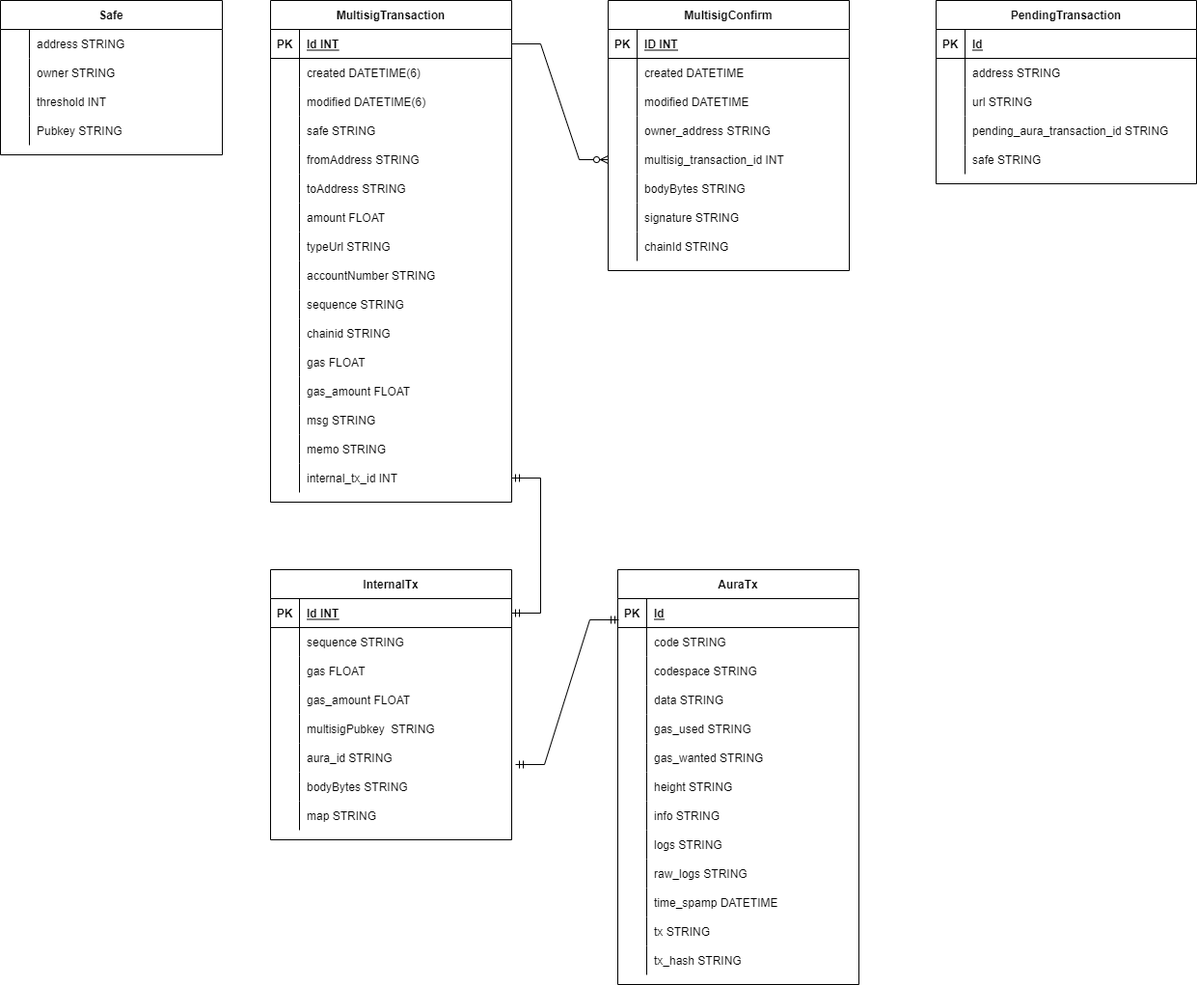
aura-nw/multisig-api keeps this draw.io diagram as docs/pics/multisig_db.png. Above is the earlier version. Source tidied: cells renumbered, new cells last; positions are measured from the earlier drawing's top-left corner, leaving out a move shared by most shapes.
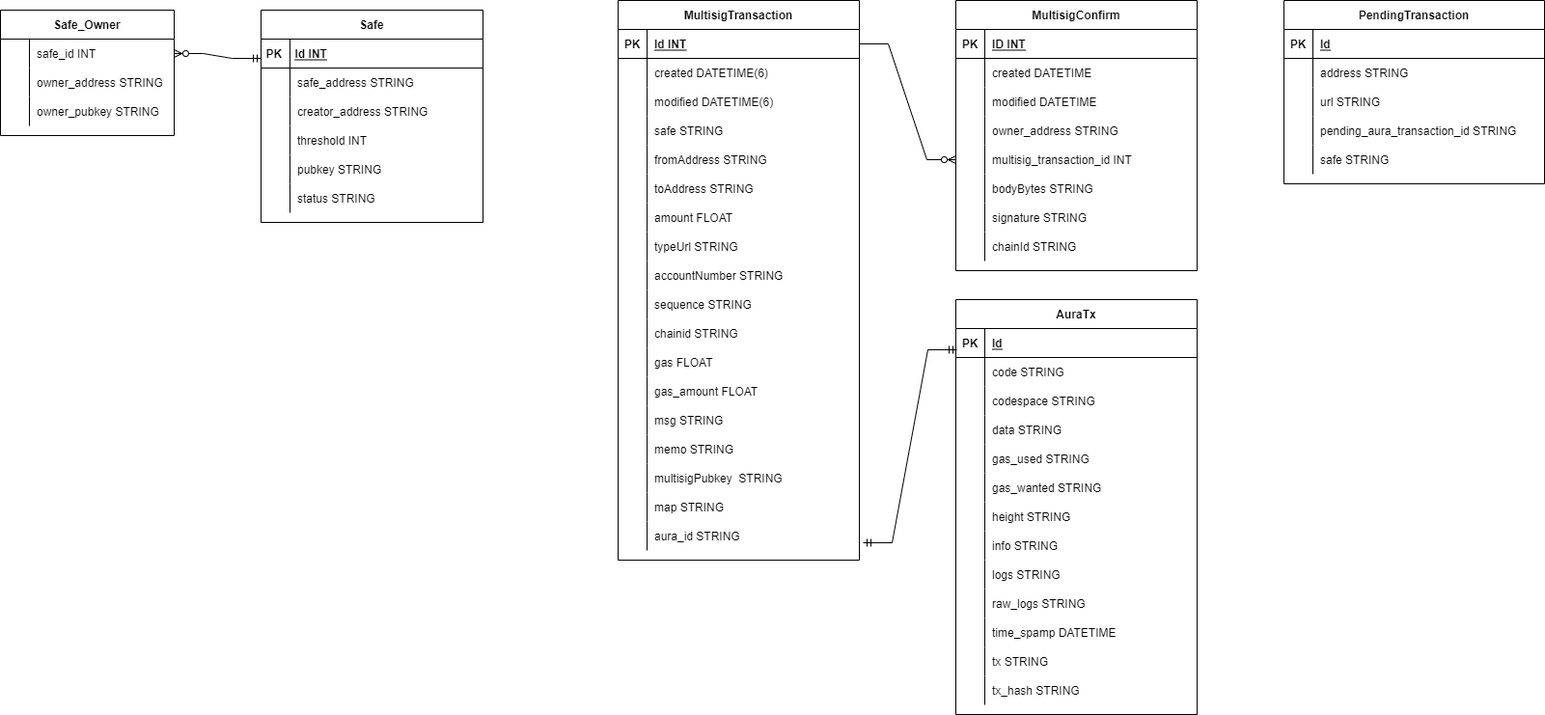
The same diagram one commit later.

Commit message:
Update entity diagram

Change to the diagram source:
```diff
@@ -3,7 +3,7 @@
     <mxCell id="0" />
     <mxCell id="1" parent="0" />
     <mxCell id="2" value="MultisigTransaction" style="shape=table;startSize=30;rowLines=0;fontStyle=1;align=center;" parent="1" vertex="1">
-      <mxGeometry x="280" width="250" height="520" as="geometry" />
+      <mxGeometry x="280" width="250" height="580" as="geometry" />
     </mxCell>
     <mxCell id="3" style="shape=partialRectangle;fillColor=none;top=0;left=0;bottom=1;right=0;points=[[0,0.5],[1,0.5]];portConstraint=eastwest;" parent="2" vertex="1">
       <mxGeometry y="30" width="250" height="30" as="geometry" />
@@ -140,15 +140,33 @@
     <mxCell id="47" value="memo STRING" style="shape=partialRectangle;fillColor=none;top=0;left=0;bottom=0;right=0;align=left;spacingLeft=6;overflow=hidden;" parent="45" vertex="1">
       <mxGeometry x="30" width="220" height="30" as="geometry" />
     </mxCell>
-    <mxCell id="48" style="shape=partialRectangle;fillColor=none;top=0;left=0;bottom=0;right=0;points=[[0,0.5],[1,0.5]];portConstraint=eastwest;" parent="2" vertex="1">
-      <mxGeometry y="480" width="250" height="30" as="geometry" />
-    </mxCell>
-    <mxCell id="49" style="shape=partialRectangle;fillColor=none;top=0;left=0;bottom=0;right=0;overflow=hidden;" parent="48" vertex="1">
-      <mxGeometry width="30" height="30" as="geometry" />
-    </mxCell>
-    <mxCell id="50" value="internal_tx_id INT" style="shape=partialRectangle;fillColor=none;top=0;left=0;bottom=0;right=0;align=left;spacingLeft=6;overflow=hidden;" parent="48" vertex="1">
-      <mxGeometry x="30" width="220" height="30" as="geometry" />
-    </mxCell>
+    <mxCell id="103" style="shape=partialRectangle;fillColor=none;top=0;left=0;bottom=0;right=0;" parent="2" vertex="1">
+      <mxGeometry y="480" width="250" height="30" as="geometry" />
+    </mxCell>
+    <mxCell id="104" style="shape=partialRectangle;fillColor=none;top=0;left=0;bottom=0;right=0;overflow=hidden;" parent="103" vertex="1">
+      <mxGeometry width="30" height="30" as="geometry" />
+    </mxCell>
+    <mxCell id="105" value="multisigPubkey  STRING" style="shape=partialRectangle;fillColor=none;top=0;left=0;bottom=0;right=0;align=left;spacingLeft=6;overflow=hidden;" parent="103" vertex="1">
+      <mxGeometry x="30" width="220" height="30" as="geometry" />
+    </mxCell>
+    <mxCell id="112" style="shape=partialRectangle;fillColor=none;top=0;left=0;bottom=0;right=0;" parent="2" vertex="1">
+      <mxGeometry y="510" width="250" height="30" as="geometry" />
+    </mxCell>
+    <mxCell id="113" style="shape=partialRectangle;fillColor=none;top=0;left=0;bottom=0;right=0;overflow=hidden;" parent="112" vertex="1">
+      <mxGeometry width="30" height="30" as="geometry" />
+    </mxCell>
+    <mxCell id="114" value="map STRING" style="shape=partialRectangle;fillColor=none;top=0;left=0;bottom=0;right=0;align=left;spacingLeft=6;overflow=hidden;" parent="112" vertex="1">
+      <mxGeometry x="30" width="220" height="30" as="geometry" />
+    </mxCell>
+    <mxCell id="106" style="shape=partialRectangle;fillColor=none;top=0;left=0;bottom=0;right=0;points=[[0,0.5],[1,0.5]];portConstraint=eastwest;" parent="2" vertex="1">
+      <mxGeometry y="540" width="250" height="30" as="geometry" />
+    </mxCell>
+    <mxCell id="107" style="shape=partialRectangle;fillColor=none;top=0;left=0;bottom=0;right=0;overflow=hidden;" parent="106" vertex="1">
+      <mxGeometry width="30" height="30" as="geometry" />
+    </mxCell>
+    <mxCell id="108" value="aura_id STRING" style="shape=partialRectangle;fillColor=none;top=0;left=0;bottom=0;right=0;align=left;spacingLeft=6;overflow=hidden;" parent="106" vertex="1">
+      <mxGeometry x="30" width="220" height="30" as="geometry" />
+    </mxCell>
     <mxCell id="51" value="MultisigConfirm" style="shape=table;startSize=30;rowLines=0;fontStyle=1;align=center;" parent="1" vertex="1">
       <mxGeometry x="630" width="250" height="280" as="geometry" />
     </mxCell>
@@ -228,28 +246,37 @@
       <mxGeometry relative="1" as="geometry" />
     </mxCell>
     <mxCell id="77" value="Safe" style="shape=table;startSize=30;rowLines=0;fontStyle=1;align=center;" parent="1" vertex="1">
-      <mxGeometry width="230" height="160" as="geometry" />
+      <mxGeometry x="-90" y="10" width="230" height="220" as="geometry" />
     </mxCell>
+    <mxCell id="173" style="shape=partialRectangle;fillColor=none;top=0;left=0;bottom=0;right=0;" parent="77" vertex="1">
+      <mxGeometry y="30" width="230" height="30" as="geometry" />
+    </mxCell>
+    <mxCell id="174" style="shape=partialRectangle;fillColor=none;top=0;left=0;bottom=0;right=0;overflow=hidden;" parent="173" vertex="1">
+      <mxGeometry width="30" height="30" as="geometry" />
+    </mxCell>
+    <mxCell id="175" style="shape=partialRectangle;fillColor=none;top=0;left=0;bottom=0;right=0;align=left;spacingLeft=6;overflow=hidden;" parent="173" vertex="1">
+      <mxGeometry x="30" width="200" height="30" as="geometry" />
+    </mxCell>
     <mxCell id="78" style="shape=partialRectangle;fillColor=none;top=0;left=0;bottom=0;right=0;" parent="77" vertex="1">
-      <mxGeometry y="30" width="230" height="30" as="geometry" />
+      <mxGeometry y="60" width="230" height="30" as="geometry" />
     </mxCell>
     <mxCell id="79" style="shape=partialRectangle;fillColor=none;top=0;left=0;bottom=0;right=0;overflow=hidden;" parent="78" vertex="1">
       <mxGeometry width="30" height="30" as="geometry" />
     </mxCell>
-    <mxCell id="80" value="address STRING" style="shape=partialRectangle;fillColor=none;top=0;left=0;bottom=0;right=0;align=left;spacingLeft=6;overflow=hidden;" parent="78" vertex="1">
+    <mxCell id="80" value="safe_address STRING" style="shape=partialRectangle;fillColor=none;top=0;left=0;bottom=0;right=0;align=left;spacingLeft=6;overflow=hidden;" parent="78" vertex="1">
       <mxGeometry x="30" width="200" height="30" as="geometry" />
     </mxCell>
     <mxCell id="81" style="shape=partialRectangle;fillColor=none;top=0;left=0;bottom=0;right=0;" parent="77" vertex="1">
-      <mxGeometry y="60" width="230" height="30" as="geometry" />
+      <mxGeometry y="90" width="230" height="30" as="geometry" />
     </mxCell>
     <mxCell id="82" style="shape=partialRectangle;fillColor=none;top=0;left=0;bottom=0;right=0;overflow=hidden;" parent="81" vertex="1">
       <mxGeometry width="30" height="30" as="geometry" />
     </mxCell>
-    <mxCell id="83" value="owner STRING" style="shape=partialRectangle;fillColor=none;top=0;left=0;bottom=0;right=0;align=left;spacingLeft=6;overflow=hidden;" parent="81" vertex="1">
+    <mxCell id="83" value="creator_address STRING" style="shape=partialRectangle;fillColor=none;top=0;left=0;bottom=0;right=0;align=left;spacingLeft=6;overflow=hidden;" parent="81" vertex="1">
       <mxGeometry x="30" width="200" height="30" as="geometry" />
     </mxCell>
     <mxCell id="84" style="shape=partialRectangle;fillColor=none;top=0;left=0;bottom=0;right=0;" parent="77" vertex="1">
-      <mxGeometry y="90" width="230" height="30" as="geometry" />
+      <mxGeometry y="120" width="230" height="30" as="geometry" />
     </mxCell>
     <mxCell id="85" style="shape=partialRectangle;fillColor=none;top=0;left=0;bottom=0;right=0;overflow=hidden;" parent="84" vertex="1">
       <mxGeometry width="30" height="30" as="geometry" />
@@ -258,91 +285,25 @@
       <mxGeometry x="30" width="200" height="30" as="geometry" />
     </mxCell>
     <mxCell id="87" style="shape=partialRectangle;fillColor=none;top=0;left=0;bottom=0;right=0;" parent="77" vertex="1">
-      <mxGeometry y="120" width="230" height="30" as="geometry" />
+      <mxGeometry y="150" width="230" height="30" as="geometry" />
     </mxCell>
     <mxCell id="88" style="shape=partialRectangle;fillColor=none;top=0;left=0;bottom=0;right=0;overflow=hidden;" parent="87" vertex="1">
       <mxGeometry width="30" height="30" as="geometry" />
     </mxCell>
-    <mxCell id="89" value="Pubkey STRING" style="shape=partialRectangle;fillColor=none;top=0;left=0;bottom=0;right=0;align=left;spacingLeft=6;overflow=hidden;" parent="87" vertex="1">
+    <mxCell id="89" value="pubkey STRING" style="shape=partialRectangle;fillColor=none;top=0;left=0;bottom=0;right=0;align=left;spacingLeft=6;overflow=hidden;" parent="87" vertex="1">
       <mxGeometry x="30" width="200" height="30" as="geometry" />
     </mxCell>
-    <mxCell id="90" value="InternalTx" style="shape=table;startSize=30;rowLines=0;fontStyle=1;align=center;" parent="1" vertex="1">
-      <mxGeometry x="280" y="590" width="250" height="280" as="geometry" />
-    </mxCell>
-    <mxCell id="91" style="shape=partialRectangle;fillColor=none;top=0;left=0;bottom=1;right=0;points=[[0,0.5],[1,0.5]];portConstraint=eastwest;" parent="90" vertex="1">
-      <mxGeometry y="30" width="250" height="30" as="geometry" />
-    </mxCell>
-    <mxCell id="92" value="PK" style="shape=partialRectangle;fillColor=none;top=0;left=0;bottom=0;right=0;fontStyle=1;overflow=hidden;" parent="91" vertex="1">
-      <mxGeometry width="30" height="30" as="geometry" />
-    </mxCell>
-    <mxCell id="93" value="Id INT" style="shape=partialRectangle;fillColor=none;top=0;left=0;bottom=0;right=0;align=left;spacingLeft=6;fontStyle=5;overflow=hidden;" parent="91" vertex="1">
-      <mxGeometry x="30" width="220" height="30" as="geometry" />
-    </mxCell>
-    <mxCell id="94" style="shape=partialRectangle;fillColor=none;top=0;left=0;bottom=0;right=0;" parent="90" vertex="1">
-      <mxGeometry y="60" width="250" height="30" as="geometry" />
-    </mxCell>
-    <mxCell id="95" style="shape=partialRectangle;fillColor=none;top=0;left=0;bottom=0;right=0;overflow=hidden;" parent="94" vertex="1">
-      <mxGeometry width="30" height="30" as="geometry" />
-    </mxCell>
-    <mxCell id="96" value="sequence STRING" style="shape=partialRectangle;fillColor=none;top=0;left=0;bottom=0;right=0;align=left;spacingLeft=6;overflow=hidden;" parent="94" vertex="1">
-      <mxGeometry x="30" width="220" height="30" as="geometry" />
-    </mxCell>
-    <mxCell id="97" style="shape=partialRectangle;fillColor=none;top=0;left=0;bottom=0;right=0;" parent="90" vertex="1">
-      <mxGeometry y="90" width="250" height="30" as="geometry" />
-    </mxCell>
-    <mxCell id="98" style="shape=partialRectangle;fillColor=none;top=0;left=0;bottom=0;right=0;overflow=hidden;" parent="97" vertex="1">
-      <mxGeometry width="30" height="30" as="geometry" />
-    </mxCell>
-    <mxCell id="99" value="gas FLOAT" style="shape=partialRectangle;fillColor=none;top=0;left=0;bottom=0;right=0;align=left;spacingLeft=6;overflow=hidden;" parent="97" vertex="1">
-      <mxGeometry x="30" width="220" height="30" as="geometry" />
-    </mxCell>
-    <mxCell id="100" style="shape=partialRectangle;fillColor=none;top=0;left=0;bottom=0;right=0;" parent="90" vertex="1">
-      <mxGeometry y="120" width="250" height="30" as="geometry" />
-    </mxCell>
-    <mxCell id="101" style="shape=partialRectangle;fillColor=none;top=0;left=0;bottom=0;right=0;overflow=hidden;" parent="100" vertex="1">
-      <mxGeometry width="30" height="30" as="geometry" />
-    </mxCell>
-    <mxCell id="102" value="gas_amount FLOAT" style="shape=partialRectangle;fillColor=none;top=0;left=0;bottom=0;right=0;align=left;spacingLeft=6;overflow=hidden;" parent="100" vertex="1">
-      <mxGeometry x="30" width="220" height="30" as="geometry" />
-    </mxCell>
-    <mxCell id="103" style="shape=partialRectangle;fillColor=none;top=0;left=0;bottom=0;right=0;" parent="90" vertex="1">
-      <mxGeometry y="150" width="250" height="30" as="geometry" />
-    </mxCell>
-    <mxCell id="104" style="shape=partialRectangle;fillColor=none;top=0;left=0;bottom=0;right=0;overflow=hidden;" parent="103" vertex="1">
-      <mxGeometry width="30" height="30" as="geometry" />
-    </mxCell>
-    <mxCell id="105" value="multisigPubkey  STRING" style="shape=partialRectangle;fillColor=none;top=0;left=0;bottom=0;right=0;align=left;spacingLeft=6;overflow=hidden;" parent="103" vertex="1">
-      <mxGeometry x="30" width="220" height="30" as="geometry" />
-    </mxCell>
-    <mxCell id="106" style="shape=partialRectangle;fillColor=none;top=0;left=0;bottom=0;right=0;points=[[0,0.5],[1,0.5]];portConstraint=eastwest;" parent="90" vertex="1">
-      <mxGeometry y="180" width="250" height="30" as="geometry" />
-    </mxCell>
-    <mxCell id="107" style="shape=partialRectangle;fillColor=none;top=0;left=0;bottom=0;right=0;overflow=hidden;" parent="106" vertex="1">
-      <mxGeometry width="30" height="30" as="geometry" />
-    </mxCell>
-    <mxCell id="108" value="aura_id STRING" style="shape=partialRectangle;fillColor=none;top=0;left=0;bottom=0;right=0;align=left;spacingLeft=6;overflow=hidden;" parent="106" vertex="1">
-      <mxGeometry x="30" width="220" height="30" as="geometry" />
-    </mxCell>
-    <mxCell id="109" style="shape=partialRectangle;fillColor=none;top=0;left=0;bottom=0;right=0;" parent="90" vertex="1">
-      <mxGeometry y="210" width="250" height="30" as="geometry" />
-    </mxCell>
-    <mxCell id="110" style="shape=partialRectangle;fillColor=none;top=0;left=0;bottom=0;right=0;overflow=hidden;" parent="109" vertex="1">
-      <mxGeometry width="30" height="30" as="geometry" />
-    </mxCell>
-    <mxCell id="111" value="bodyBytes STRING" style="shape=partialRectangle;fillColor=none;top=0;left=0;bottom=0;right=0;align=left;spacingLeft=6;overflow=hidden;" parent="109" vertex="1">
-      <mxGeometry x="30" width="220" height="30" as="geometry" />
-    </mxCell>
-    <mxCell id="112" style="shape=partialRectangle;fillColor=none;top=0;left=0;bottom=0;right=0;" parent="90" vertex="1">
-      <mxGeometry y="240" width="250" height="30" as="geometry" />
-    </mxCell>
-    <mxCell id="113" style="shape=partialRectangle;fillColor=none;top=0;left=0;bottom=0;right=0;overflow=hidden;" parent="112" vertex="1">
-      <mxGeometry width="30" height="30" as="geometry" />
-    </mxCell>
-    <mxCell id="114" value="map STRING" style="shape=partialRectangle;fillColor=none;top=0;left=0;bottom=0;right=0;align=left;spacingLeft=6;overflow=hidden;" parent="112" vertex="1">
-      <mxGeometry x="30" width="220" height="30" as="geometry" />
-    </mxCell>
+    <mxCell id="176" style="shape=partialRectangle;fillColor=none;top=0;left=0;bottom=0;right=0;" parent="77" vertex="1">
+      <mxGeometry y="180" width="230" height="30" as="geometry" />
+    </mxCell>
+    <mxCell id="177" style="shape=partialRectangle;fillColor=none;top=0;left=0;bottom=0;right=0;overflow=hidden;" parent="176" vertex="1">
+      <mxGeometry width="30" height="30" as="geometry" />
+    </mxCell>
+    <mxCell id="178" value="status STRING" style="shape=partialRectangle;fillColor=none;top=0;left=0;bottom=0;right=0;align=left;spacingLeft=6;overflow=hidden;" parent="176" vertex="1">
+      <mxGeometry x="30" width="200" height="30" as="geometry" />
+    </mxCell>
     <mxCell id="115" value="AuraTx" style="shape=table;startSize=30;rowLines=0;fontStyle=1;align=center;" parent="1" vertex="1">
-      <mxGeometry x="640" y="590" width="250" height="430" as="geometry" />
+      <mxGeometry x="630" y="310" width="250" height="430" as="geometry" />
     </mxCell>
     <mxCell id="116" style="shape=partialRectangle;fillColor=none;top=0;left=0;bottom=1;right=0;points=[[0,0.5],[1,0.5]];portConstraint=eastwest;" parent="115" vertex="1">
       <mxGeometry y="30" width="250" height="30" as="geometry" />
@@ -512,8 +473,47 @@
     <mxCell id="171" value="safe STRING" style="shape=partialRectangle;fillColor=none;top=0;left=0;bottom=0;right=0;align=left;spacingLeft=6;overflow=hidden;" parent="169" vertex="1">
       <mxGeometry x="30" width="240" height="30" as="geometry" />
     </mxCell>
-    <mxCell id="172" style="edgeStyle=entityRelationEdgeStyle;fontSize=12;html=1;endArrow=ERmandOne;startArrow=ERmandOne;rounded=0;exitX=1;exitY=0.5;exitDx=0;exitDy=0;" parent="1" edge="1" source="48" target="91">
-      <mxGeometry relative="1" as="geometry" />
-    </mxCell>
+    <mxCell id="179" style="shape=partialRectangle;fillColor=none;top=0;left=0;bottom=1;right=0;points=[[0,0.5],[1,0.5]];portConstraint=eastwest;" parent="1" vertex="1">
+      <mxGeometry x="-90" y="40" width="230" height="30" as="geometry" />
+    </mxCell>
+    <mxCell id="92" value="PK" style="shape=partialRectangle;fillColor=none;top=0;left=0;bottom=0;right=0;fontStyle=1;overflow=hidden;" parent="179" vertex="1">
+      <mxGeometry width="27.6" height="30" as="geometry" />
+    </mxCell>
+    <mxCell id="93" value="Id INT" style="shape=partialRectangle;fillColor=none;top=0;left=0;bottom=0;right=0;align=left;spacingLeft=6;fontStyle=5;overflow=hidden;" parent="179" vertex="1">
+      <mxGeometry x="27.6" width="202.4" height="30" as="geometry" />
+    </mxCell>
+    <mxCell id="180" value="Safe_Owner" style="shape=table;startSize=30;rowLines=0;fontStyle=1;align=center;" parent="1" vertex="1">
+      <mxGeometry x="-360" y="10" width="180" height="130" as="geometry" />
+    </mxCell>
+    <mxCell id="181" style="shape=partialRectangle;fillColor=none;top=0;left=0;bottom=0;right=0;points=[[0,0.5],[1,0.5]];portConstraint=eastwest;" parent="180" vertex="1">
+      <mxGeometry y="30" width="180" height="30" as="geometry" />
+    </mxCell>
+    <mxCell id="182" style="shape=partialRectangle;fillColor=none;top=0;left=0;bottom=0;right=0;overflow=hidden;" parent="181" vertex="1">
+      <mxGeometry width="30" height="30" as="geometry" />
+    </mxCell>
+    <mxCell id="183" value="safe_id INT" style="shape=partialRectangle;fillColor=none;top=0;left=0;bottom=0;right=0;align=left;spacingLeft=6;overflow=hidden;" parent="181" vertex="1">
+      <mxGeometry x="30" width="150" height="30" as="geometry" />
+    </mxCell>
+    <mxCell id="184" style="shape=partialRectangle;fillColor=none;top=0;left=0;bottom=0;right=0;" parent="180" vertex="1">
+      <mxGeometry y="60" width="180" height="30" as="geometry" />
+    </mxCell>
+    <mxCell id="185" style="shape=partialRectangle;fillColor=none;top=0;left=0;bottom=0;right=0;overflow=hidden;" parent="184" vertex="1">
+      <mxGeometry width="30" height="30" as="geometry" />
+    </mxCell>
+    <mxCell id="186" value="owner_address STRING" style="shape=partialRectangle;fillColor=none;top=0;left=0;bottom=0;right=0;align=left;spacingLeft=6;overflow=hidden;" parent="184" vertex="1">
+      <mxGeometry x="30" width="150" height="30" as="geometry" />
+    </mxCell>
+    <mxCell id="187" style="shape=partialRectangle;fillColor=none;top=0;left=0;bottom=0;right=0;" parent="180" vertex="1">
+      <mxGeometry y="90" width="180" height="30" as="geometry" />
+    </mxCell>
+    <mxCell id="188" style="shape=partialRectangle;fillColor=none;top=0;left=0;bottom=0;right=0;overflow=hidden;" parent="187" vertex="1">
+      <mxGeometry width="30" height="30" as="geometry" />
+    </mxCell>
+    <mxCell id="189" value="owner_pubkey STRING" style="shape=partialRectangle;fillColor=none;top=0;left=0;bottom=0;right=0;align=left;spacingLeft=6;overflow=hidden;" parent="187" vertex="1">
+      <mxGeometry x="30" width="150" height="30" as="geometry" />
+    </mxCell>
+    <mxCell id="190" style="edgeStyle=entityRelationEdgeStyle;fontSize=12;html=1;endArrow=ERzeroToMany;startArrow=ERmandOne;rounded=0;exitX=0;exitY=0.667;exitDx=0;exitDy=0;exitPerimeter=0;" parent="1" edge="1" source="179" target="181">
+      <mxGeometry relative="1" as="geometry" />
+    </mxCell>
   </root>
 </mxGraphModel>
```
